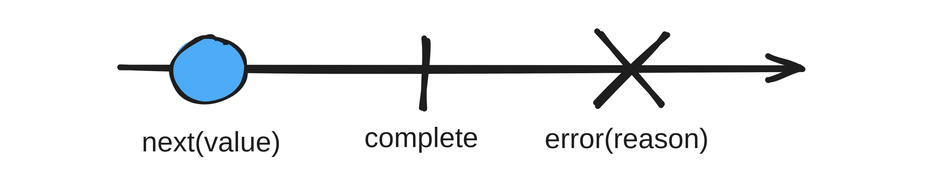
Above: images/blog/blog-rxjs-3-types-of-notifications.svg in ducin/ducin.dev (Excalidraw), before the change. Source tidied: one line per element, renumbered; positions are measured from the earlier drawing's top-left corner, leaving out a move shared by most shapes.
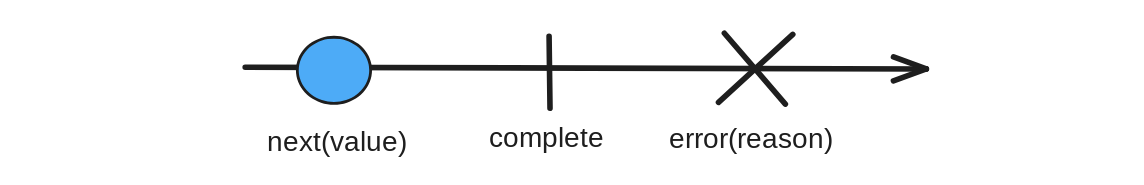
Later version of the same file.

Diff of the diagram source:
```diff
@@ -1,9 +1,9 @@
-{"id": 0, "type": "arrow", "strokeColor": "#1e1e1e", "backgroundColor": "#b2f2bb", "fillStyle": "solid", "strokeWidth": 4, "roughness": 2, "endArrowhead": "arrow", "x": 76, "y": 38, "width": 487, "height": 1, "points": [[0, 0], [487, 1]]}
-{"id": 1, "type": "line", "strokeColor": "#1e1e1e", "backgroundColor": "#b2f2bb", "fillStyle": "solid", "strokeWidth": 4, "roughness": 2, "x": 293, "y": 16, "width": 1, "height": 51, "points": [[0, 0], [1, 51]]}
-{"id": 2, "type": "ellipse", "strokeColor": "#1e1e1e", "backgroundColor": "#4dabf7", "fillStyle": "solid", "strokeWidth": 2, "roughness": 1, "round": true, "x": 113, "y": 17, "width": 52, "height": 47}
-{"id": 3, "type": "line", "strokeColor": "#1e1e1e", "backgroundColor": "#b2f2bb", "fillStyle": "solid", "strokeWidth": 4, "roughness": 2, "x": 418, "y": 14, "width": 44, "height": 51, "points": [[0, 0], [44, 51]]}
-{"id": 4, "type": "line", "strokeColor": "#1e1e1e", "backgroundColor": "#b2f2bb", "fillStyle": "solid", "strokeWidth": 4, "roughness": 2, "x": 467, "y": 15, "width": 53, "height": 49, "points": [[0, 0], [-53, 49]]}
+{"id": 9, "type": "arrow", "strokeColor": "#1e1e1e", "backgroundColor": "#b2f2bb", "fillStyle": "solid", "strokeWidth": 4, "roughness": 0, "endArrowhead": "arrow", "round": true, "x": 76, "y": 38, "width": 487, "height": 1, "points": [[0, 0], [487, 1]]}
+{"id": 10, "type": "line", "strokeColor": "#1e1e1e", "backgroundColor": "#b2f2bb", "fillStyle": "solid", "strokeWidth": 4, "roughness": 0, "round": true, "x": 293, "y": 16, "width": 1, "height": 51, "points": [[0, 0], [1, 51]]}
+{"id": 11, "type": "ellipse", "strokeColor": "#1e1e1e", "backgroundColor": "#4dabf7", "fillStyle": "solid", "strokeWidth": 2, "roughness": 0, "round": true, "x": 113, "y": 17, "width": 52, "height": 47}
+{"id": 12, "type": "line", "strokeColor": "#1e1e1e", "backgroundColor": "#b2f2bb", "fillStyle": "solid", "strokeWidth": 4, "roughness": 0, "round": true, "x": 418, "y": 14, "width": 44, "height": 51, "points": [[0, 0], [44, 51]]}
+{"id": 13, "type": "line", "strokeColor": "#1e1e1e", "backgroundColor": "#b2f2bb", "fillStyle": "solid", "strokeWidth": 4, "roughness": 0, "round": true, "x": 467, "y": 15, "width": 53, "height": 49, "points": [[0, 0], [-53, 49]]}
-{"id": 5, "type": "text", "text": "next(value)", "strokeColor": "#1e1e1e", "backgroundColor": "#4dabf7", "fillStyle": "solid", "strokeWidth": 2, "roughness": 2, "fontSize": 20, "fontFamily": 1, "x": 91, "y": 80, "width": 109, "height": 25}
+{"id": 5, "type": "text", "text": "next(value)", "strokeColor": "#1e1e1e", "backgroundColor": "#4dabf7", "fillStyle": "solid", "strokeWidth": 2, "roughness": 0, "fontSize": 20, "fontFamily": 1, "round": true, "x": 91, "y": 80, "width": 109, "height": 25}
-{"id": 6, "type": "text", "text": "complete", "strokeColor": "#1e1e1e", "backgroundColor": "#4dabf7", "fillStyle": "solid", "strokeWidth": 2, "roughness": 2, "fontSize": 20, "fontFamily": 1, "x": 250, "y": 77, "width": 82, "height": 25}
+{"id": 6, "type": "text", "text": "complete", "strokeColor": "#1e1e1e", "backgroundColor": "#4dabf7", "fillStyle": "solid", "strokeWidth": 2, "roughness": 0, "fontSize": 20, "fontFamily": 1, "round": true, "x": 250, "y": 77, "width": 82, "height": 25}
-{"id": 7, "type": "text", "text": "error(reason)", "strokeColor": "#1e1e1e", "backgroundColor": "#4dabf7", "fillStyle": "solid", "strokeWidth": 2, "roughness": 2, "fontSize": 20, "fontFamily": 1, "x": 379, "y": 78, "width": 127, "height": 25}
+{"id": 7, "type": "text", "text": "error(reason)", "strokeColor": "#1e1e1e", "backgroundColor": "#4dabf7", "fillStyle": "solid", "strokeWidth": 2, "roughness": 0, "fontSize": 20, "fontFamily": 1, "round": true, "x": 379, "y": 78, "width": 127, "height": 25}
-{"id": 8, "type": "rectangle", "strokeColor": "transparent", "strokeWidth": 2, "roughness": 2, "x": 0, "y": 0, "width": 654, "height": 112}
+{"id": 14, "type": "rectangle", "strokeColor": "transparent", "strokeWidth": 2, "roughness": 0, "round": true, "x": -89, "y": 0, "width": 797, "height": 112}
```
